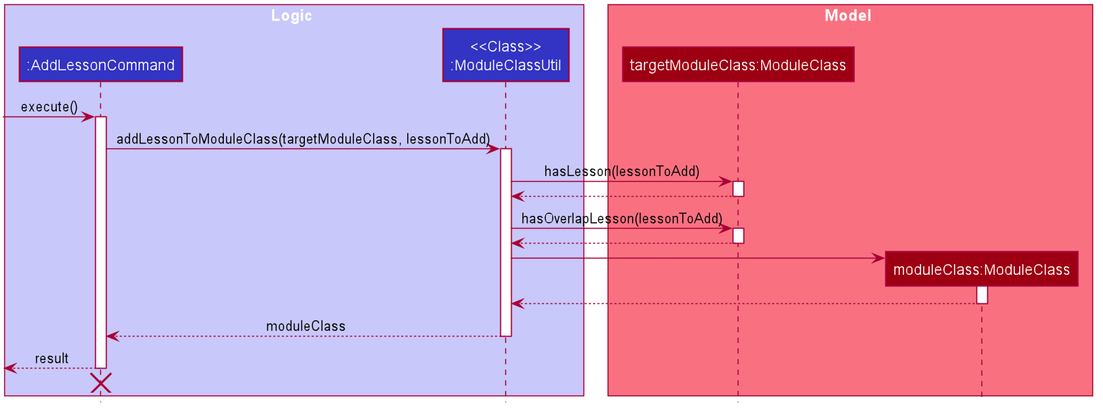
Before: docs/images/AddLessonSequenceDiagram.png, a diagram exported from PlantUML (ypinhsuan/tp).
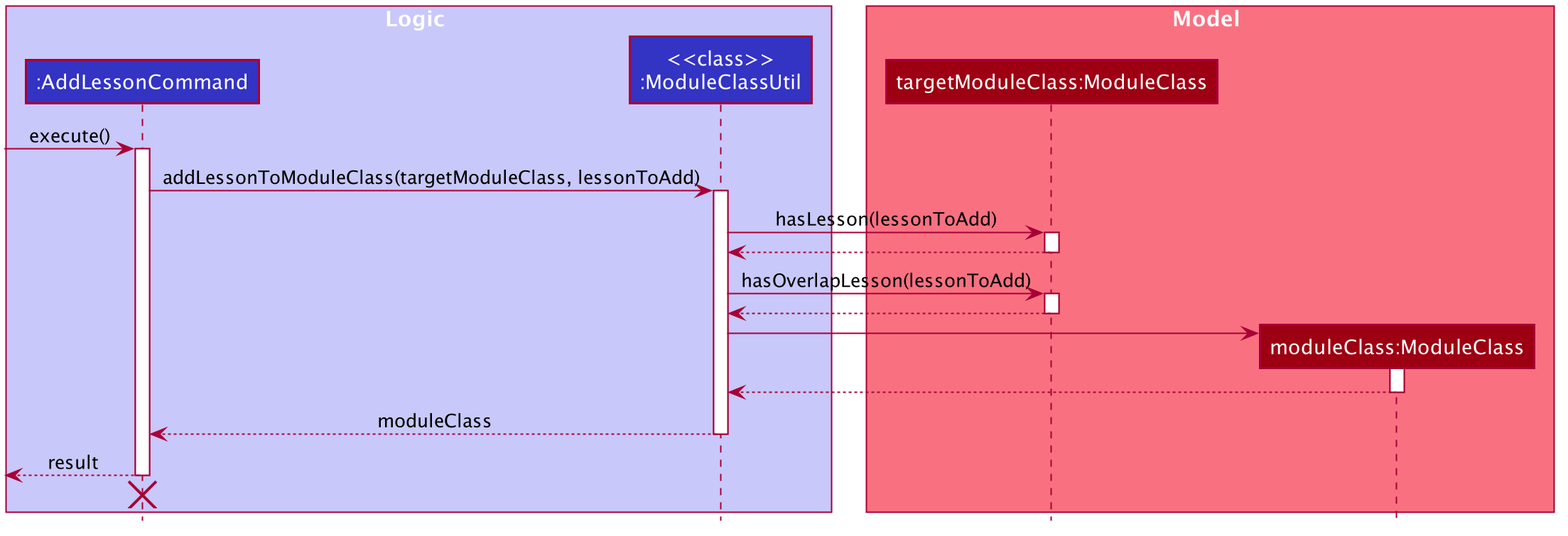
The same file after the commit.

Diff of the diagram source:
```diff
@@ -50,7 +50,7 @@
 
 box Logic #C8C8FA
 participant ":AddLessonCommand" as AddLessonCommand #3333C4
-participant "<<Class>>\n:ModuleClassUtil" as ModuleClassUtil #3333C4
+participant "<<class>>\n:ModuleClassUtil" as ModuleClassUtil #3333C4
 end box
 
 box Model #F97181
```
